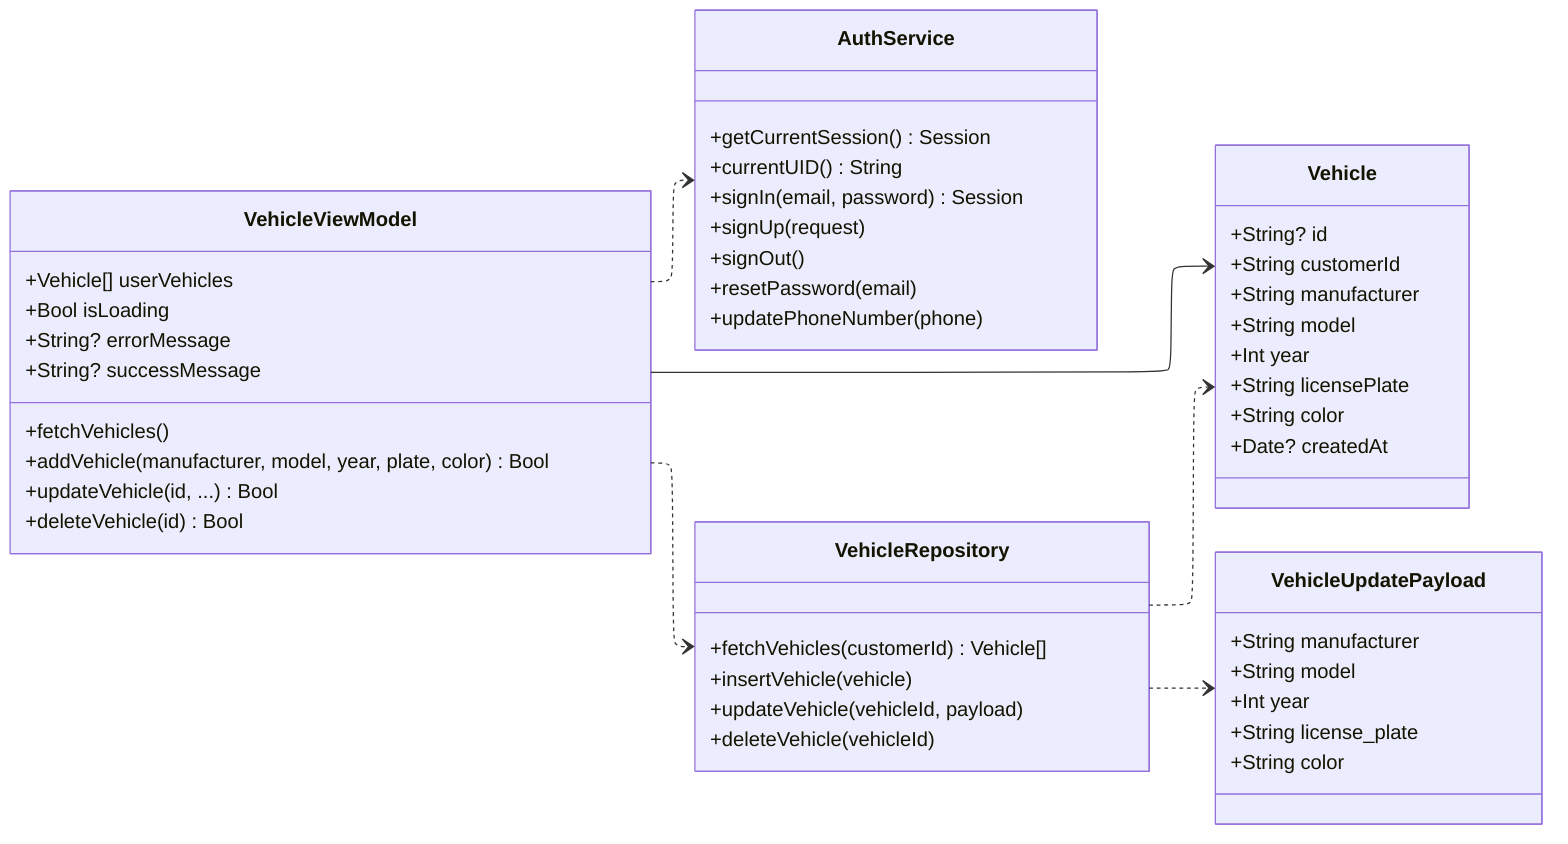
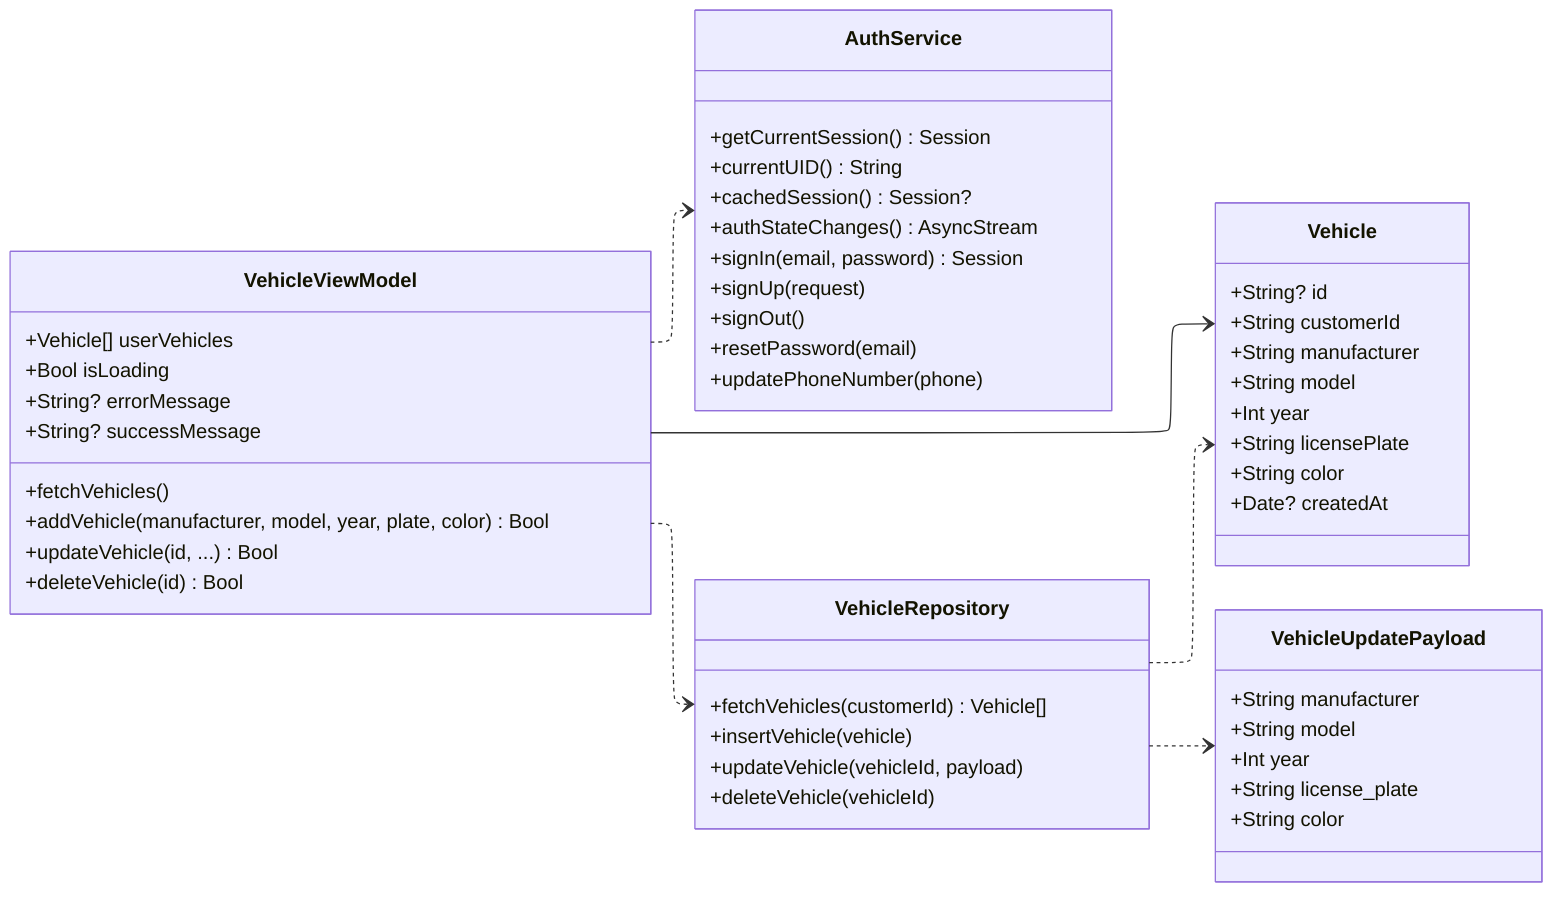
---
config:
  layout: elk
  elk:
    nodePlacementStrategy: LINEAR_SEGMENTS
    mergeEdges: false
---
classDiagram
    direction LR

    class AuthService {
        +getCurrentSession() Session
        +currentUID() String
+         +cachedSession() Session?
+         +authStateChanges() AsyncStream
        +signIn(email, password) Session
        +signUp(request)
        +signOut()
        +resetPassword(email)
        +updatePhoneNumber(phone)
    }
    class VehicleRepository {
        +fetchVehicles(customerId) Vehicle[]
        +insertVehicle(vehicle)
        +updateVehicle(vehicleId, payload)
        +deleteVehicle(vehicleId)
    }
    class VehicleViewModel {
        +Vehicle[] userVehicles
        +Bool isLoading
        +String? errorMessage
        +String? successMessage
        +fetchVehicles()
        +addVehicle(manufacturer, model, year, plate, color) Bool
        +updateVehicle(id, ...) Bool
        +deleteVehicle(id) Bool
    }
    class Vehicle {
        +String? id
        +String customerId
        +String manufacturer
        +String model
        +Int year
        +String licensePlate
        +String color
        +Date? createdAt
    }
    class VehicleUpdatePayload {
        +String manufacturer
        +String model
        +Int year
        +String license_plate
        +String color
    }

    VehicleViewModel ..> AuthService
    VehicleViewModel ..> VehicleRepository
    VehicleViewModel --> Vehicle
    VehicleRepository ..> Vehicle
    VehicleRepository ..> VehicleUpdatePayload

